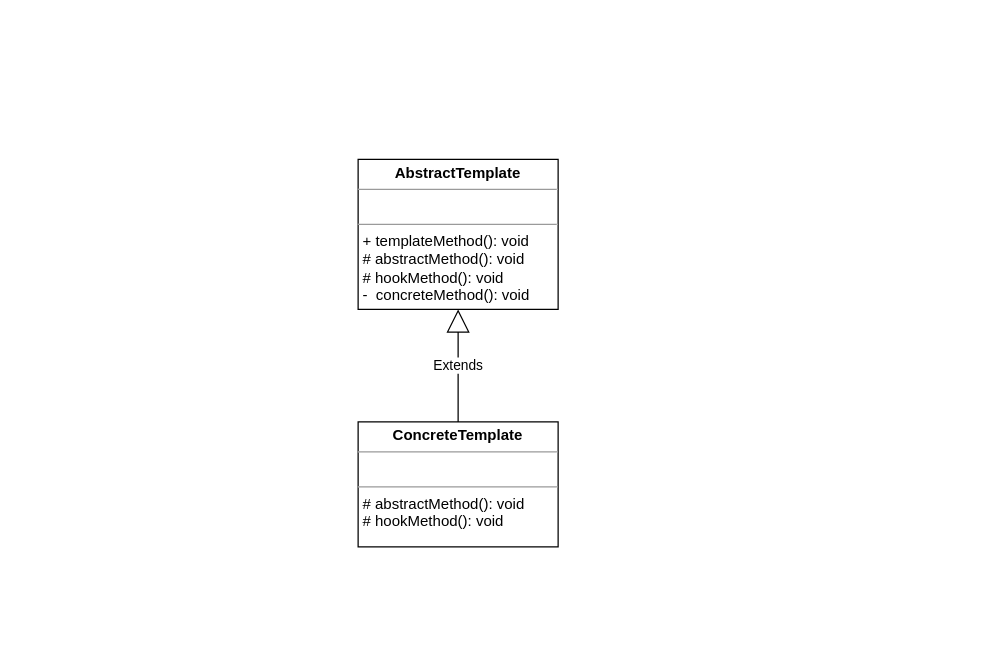
hezhuma/image-repo keeps this draw.io diagram as drawio/设计模式/模版方法模式.drawio. Above is the earlier version. Source tidied: cells renumbered, new cells numbered last; positions are measured from the earlier drawing's top-left corner, leaving out a move shared by most shapes. Both pictures are drawn from the tidied source at 125%, with x=0, y=0 at pixel (358, 159).
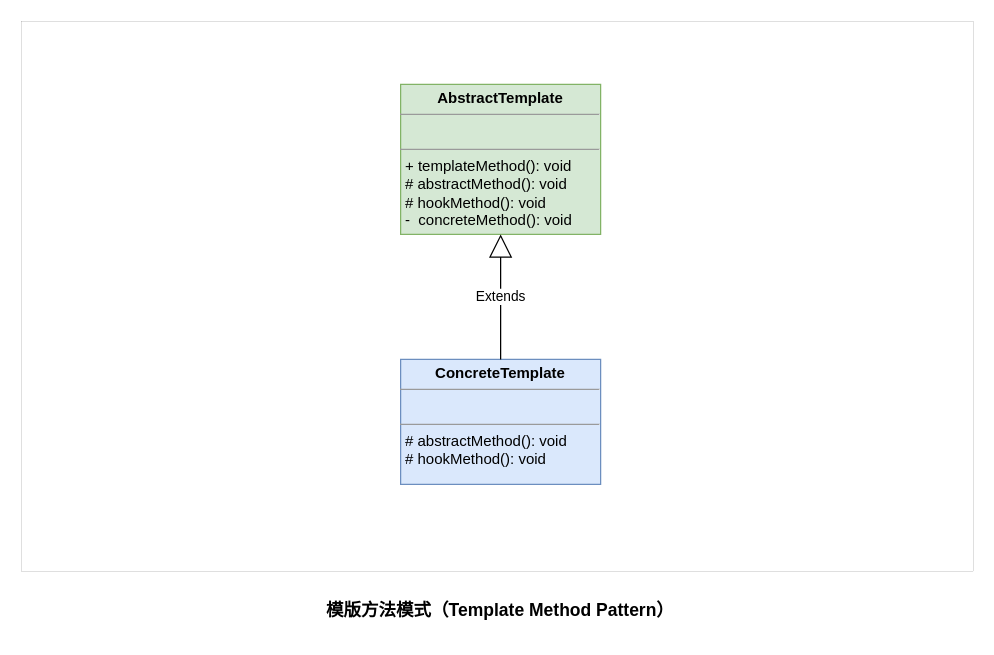
Above is the later version.

Commit message (it also covers changes not shown here):
Update 模版方法模式.drawio

The edit, as a diff of the source:
```diff
@@
 <mxGraphModel>
   <root>
     <mxCell id="0" />
     <mxCell id="1" parent="0" />
+    <mxCell id="5" style="rounded=0;whiteSpace=wrap;html=1;fontSize=14;strokeWidth=0;" parent="1" vertex="1">
+      <mxGeometry x="-269" y="-110" width="761" height="440" as="geometry" />
+    </mxCell>
-    <mxCell id="2" value="&lt;p style=&quot;margin: 0px ; margin-top: 4px ; text-align: center&quot;&gt;&lt;b&gt;AbstractTemplate&lt;/b&gt;&lt;/p&gt;&lt;hr size=&quot;1&quot;&gt;&lt;p style=&quot;margin: 0px ; margin-left: 4px&quot;&gt;&lt;br&gt;&lt;/p&gt;&lt;hr size=&quot;1&quot;&gt;&lt;p style=&quot;margin: 0px ; margin-left: 4px&quot;&gt;+ templateMethod(): void&lt;/p&gt;&lt;p style=&quot;margin: 0px ; margin-left: 4px&quot;&gt;# abstractMethod(): void&lt;/p&gt;&lt;p style=&quot;margin: 0px ; margin-left: 4px&quot;&gt;# hookMethod(): void&lt;/p&gt;&lt;p style=&quot;margin: 0px ; margin-left: 4px&quot;&gt;-&amp;nbsp; concreteMethod(): void&lt;/p&gt;" style="verticalAlign=top;align=left;overflow=fill;fontSize=12;fontFamily=Helvetica;html=1;" parent="1" vertex="1">
-      <mxGeometry width="160" height="120" as="geometry" />
+    <mxCell id="2" value="&lt;p style=&quot;margin: 0px ; margin-top: 4px ; text-align: center&quot;&gt;&lt;b&gt;AbstractTemplate&lt;/b&gt;&lt;/p&gt;&lt;hr size=&quot;1&quot;&gt;&lt;p style=&quot;margin: 0px ; margin-left: 4px&quot;&gt;&lt;br&gt;&lt;/p&gt;&lt;hr size=&quot;1&quot;&gt;&lt;p style=&quot;margin: 0px ; margin-left: 4px&quot;&gt;+ templateMethod(): void&lt;/p&gt;&lt;p style=&quot;margin: 0px ; margin-left: 4px&quot;&gt;# abstractMethod(): void&lt;/p&gt;&lt;p style=&quot;margin: 0px ; margin-left: 4px&quot;&gt;# hookMethod(): void&lt;/p&gt;&lt;p style=&quot;margin: 0px ; margin-left: 4px&quot;&gt;-&amp;nbsp; concreteMethod(): void&lt;/p&gt;" style="verticalAlign=top;align=left;overflow=fill;fontSize=12;fontFamily=Helvetica;html=1;fillColor=#d5e8d4;strokeColor=#82b366;" parent="1" vertex="1">
+      <mxGeometry x="34" y="-60" width="160" height="120" as="geometry" />
     </mxCell>
-    <mxCell id="3" value="&lt;p style=&quot;margin: 0px ; margin-top: 4px ; text-align: center&quot;&gt;&lt;b&gt;ConcreteTemplate&lt;/b&gt;&lt;/p&gt;&lt;hr size=&quot;1&quot;&gt;&lt;p style=&quot;margin: 0px ; margin-left: 4px&quot;&gt;&lt;br&gt;&lt;/p&gt;&lt;hr size=&quot;1&quot;&gt;&lt;p style=&quot;margin: 0px ; margin-left: 4px&quot;&gt;&lt;span&gt;# abstractMethod(): void&lt;/span&gt;&lt;br&gt;&lt;/p&gt;&lt;p style=&quot;margin: 0px ; margin-left: 4px&quot;&gt;# hookMethod(): void&lt;/p&gt;" style="verticalAlign=top;align=left;overflow=fill;fontSize=12;fontFamily=Helvetica;html=1;" parent="1" vertex="1">
-      <mxGeometry y="210" width="160" height="100" as="geometry" />
+    <mxCell id="3" value="&lt;p style=&quot;margin: 0px ; margin-top: 4px ; text-align: center&quot;&gt;&lt;b&gt;ConcreteTemplate&lt;/b&gt;&lt;/p&gt;&lt;hr size=&quot;1&quot;&gt;&lt;p style=&quot;margin: 0px ; margin-left: 4px&quot;&gt;&lt;br&gt;&lt;/p&gt;&lt;hr size=&quot;1&quot;&gt;&lt;p style=&quot;margin: 0px ; margin-left: 4px&quot;&gt;&lt;span&gt;# abstractMethod(): void&lt;/span&gt;&lt;br&gt;&lt;/p&gt;&lt;p style=&quot;margin: 0px ; margin-left: 4px&quot;&gt;# hookMethod(): void&lt;/p&gt;" style="verticalAlign=top;align=left;overflow=fill;fontSize=12;fontFamily=Helvetica;html=1;fillColor=#dae8fc;strokeColor=#6c8ebf;" parent="1" vertex="1">
+      <mxGeometry x="34" y="160" width="160" height="100" as="geometry" />
     </mxCell>
     <mxCell id="4" value="Extends" style="endArrow=block;endSize=16;endFill=0;html=1;rounded=0;entryX=0.5;entryY=1;entryDx=0;entryDy=0;exitX=0.5;exitY=0;exitDx=0;exitDy=0;" parent="1" edge="1" source="3" target="2">
       <mxGeometry relative="1" as="geometry" />
     </mxCell>
+    <mxCell id="6" value="模版方法模式（Template Method Pattern）" style="text;align=center;fontStyle=1;verticalAlign=middle;spacingLeft=3;spacingRight=3;strokeColor=none;fontSize=14;" parent="1" vertex="1">
+      <mxGeometry x="-36" y="340" width="300" height="40" as="geometry" />
+    </mxCell>
   </root>
 </mxGraphModel>
```
